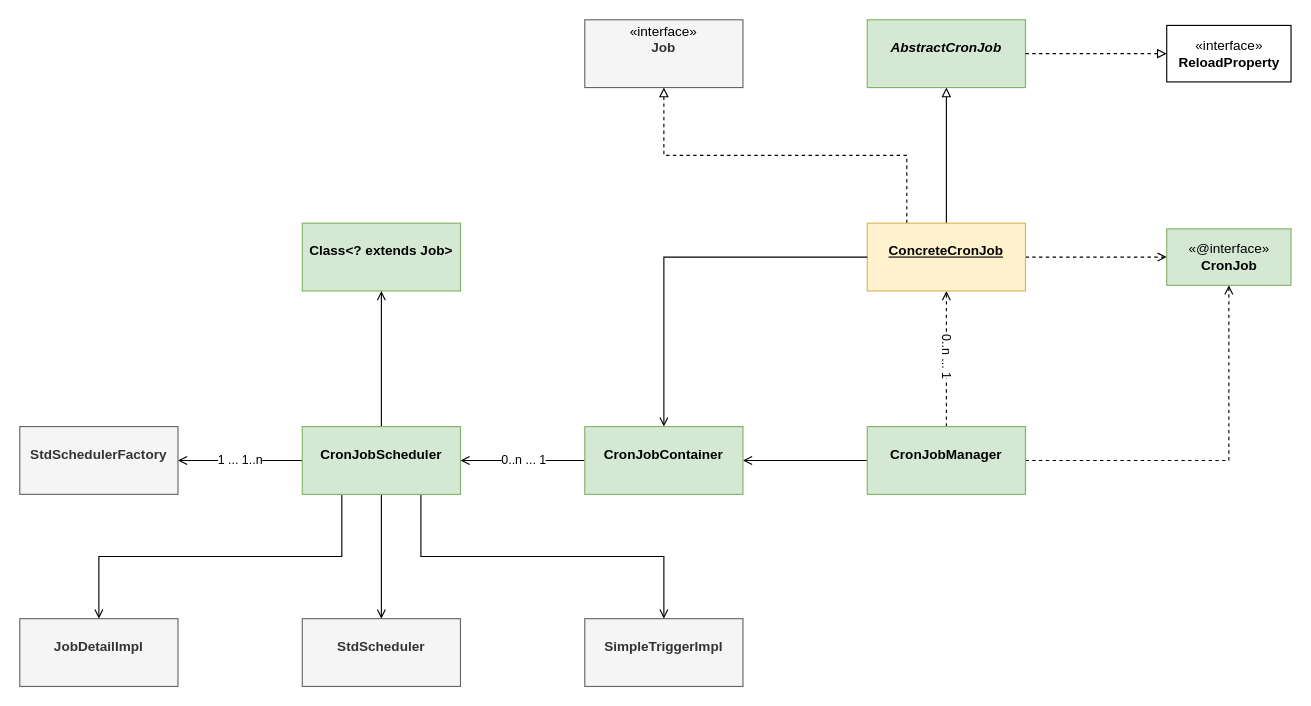
Before: leyan/policy/policy-quartz-component-class-diagram.drawio in GeekKwok/UML, a draw.io diagram. Source tidied: cells renumbered, new cells numbered last; positions are measured from the earlier drawing's top-left corner, leaving out a move shared by most shapes. Both pictures are drawn from the tidied source at 113%, with x=0, y=0 at pixel (19, 19).
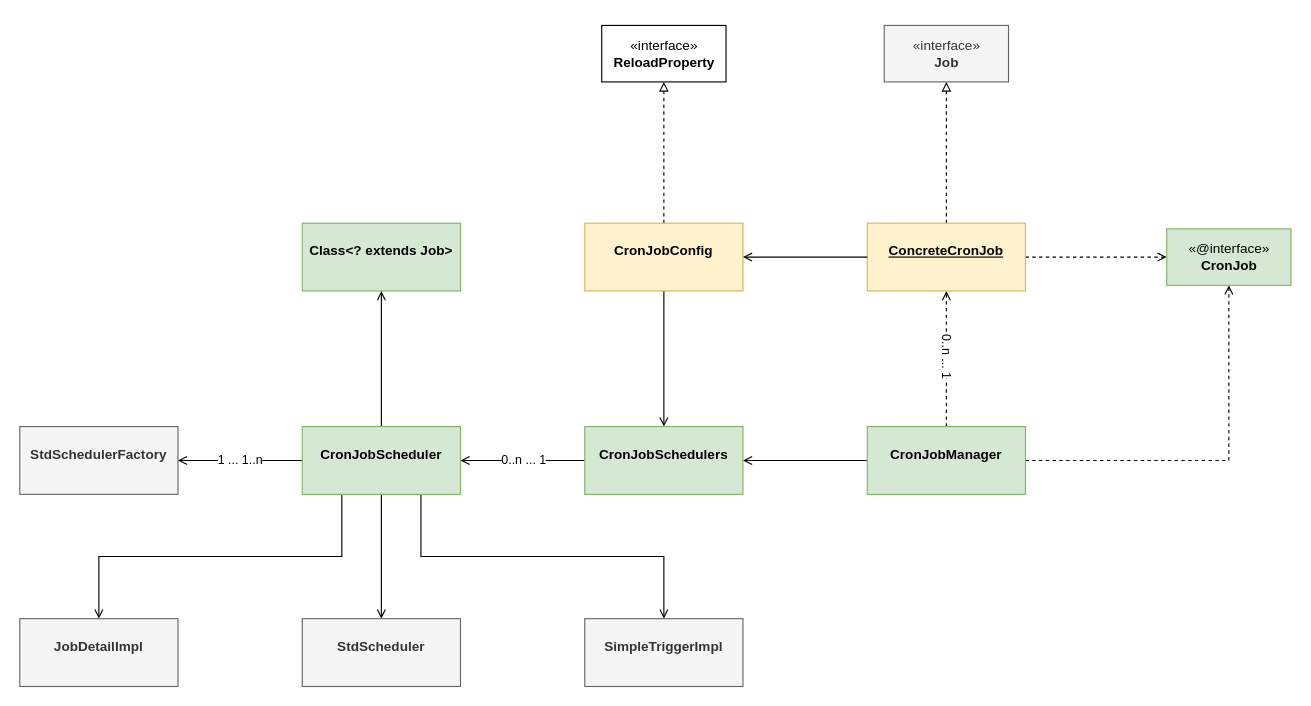
The same page after the edit.

Unchanged cells that the change refers to:
```xml
<mxCell id="20" value="&lt;p style=&quot;margin: 0px ; margin-top: 4px ; text-align: center&quot;&gt;&lt;br&gt;&lt;b&gt;&lt;u&gt;ConcreteCronJob&lt;/u&gt;&lt;/b&gt;&lt;/p&gt;" style="verticalAlign=top;align=left;overflow=fill;fontSize=12;fontFamily=Helvetica;html=1;fillColor=#fff2cc;strokeColor=#d6b656;" parent="1" vertex="1">
  <mxGeometry x="750" y="180" width="140" height="60" as="geometry" />
</mxCell>
```

What changed in the source:
```diff
@@
-    <mxCell id="18" style="edgeStyle=orthogonalEdgeStyle;rounded=0;jettySize=auto;html=1;exitX=0.25;exitY=0;exitDx=0;exitDy=0;entryX=0.5;entryY=1;entryDx=0;entryDy=0;dashed=1;endArrow=block;endFill=0;" parent="1" edge="1" source="20" target="22">
+    <mxCell id="18" style="edgeStyle=orthogonalEdgeStyle;rounded=0;jettySize=auto;html=1;exitX=0.5;exitY=0;exitDx=0;exitDy=0;entryX=0.5;entryY=1;entryDx=0;entryDy=0;dashed=1;endArrow=block;endFill=0;" parent="1" edge="1" source="20" target="22">
       <mxGeometry relative="1" as="geometry" />
     </mxCell>
-    <mxCell id="19" style="edgeStyle=orthogonalEdgeStyle;rounded=0;jettySize=auto;html=1;exitX=0.5;exitY=0;exitDx=0;exitDy=0;endArrow=block;endFill=0;" parent="1" edge="1" source="20" target="24">
-      <mxGeometry relative="1" as="geometry" />
-    </mxCell>
@@
-    <mxCell id="22" value="&lt;p style=&quot;margin: 0px ; margin-top: 4px ; text-align: center&quot;&gt;&lt;span style=&quot;color: rgb(0 , 0 , 0)&quot;&gt;«interface»&lt;/span&gt;&lt;br&gt;&lt;b&gt;Job&lt;/b&gt;&lt;/p&gt;" style="verticalAlign=top;align=left;overflow=fill;fontSize=12;fontFamily=Helvetica;html=1;fillColor=#f5f5f5;strokeColor=#666666;fontColor=#333333;" parent="1" vertex="1">
-      <mxGeometry x="500" width="140" height="60" as="geometry" />
-    </mxCell>
-    <mxCell id="23" style="edgeStyle=orthogonalEdgeStyle;rounded=0;jumpStyle=arc;jettySize=auto;html=1;exitX=0;exitY=0.5;exitDx=0;exitDy=0;entryX=0.5;entryY=0;entryDx=0;entryDy=0;endArrow=open;endFill=0;" parent="1" edge="1" source="20" target="28">
+    <mxCell id="23" style="edgeStyle=orthogonalEdgeStyle;rounded=0;jumpStyle=arc;jettySize=auto;html=1;exitX=0.5;exitY=1;exitDx=0;exitDy=0;entryX=0.5;entryY=0;entryDx=0;entryDy=0;endArrow=open;endFill=0;" parent="1" edge="1" source="33" target="28">
       <mxGeometry relative="1" as="geometry" />
     </mxCell>
-    <mxCell id="24" value="&lt;p style=&quot;margin: 0px ; margin-top: 4px ; text-align: center&quot;&gt;&lt;br&gt;&lt;b&gt;&lt;i&gt;AbstractCronJob&lt;/i&gt;&lt;/b&gt;&lt;/p&gt;" style="verticalAlign=top;align=left;overflow=fill;fontSize=12;fontFamily=Helvetica;html=1;fillColor=#d5e8d4;strokeColor=#82b366;" parent="1" vertex="1">
-      <mxGeometry x="750" width="140" height="60" as="geometry" />
-    </mxCell>
     <mxCell id="25" value="«interface»&lt;br&gt;&lt;b&gt;ReloadProperty&lt;/b&gt;" style="html=1;" parent="1" vertex="1">
-      <mxGeometry x="1015" y="5" width="110" height="50" as="geometry" />
+      <mxGeometry x="515" y="5" width="110" height="50" as="geometry" />
     </mxCell>
-    <mxCell id="26" style="edgeStyle=orthogonalEdgeStyle;rounded=0;jettySize=auto;html=1;exitX=1;exitY=0.5;exitDx=0;exitDy=0;entryX=0;entryY=0.5;entryDx=0;entryDy=0;dashed=1;endArrow=block;endFill=0;" parent="1" edge="1" source="24" target="25">
+    <mxCell id="26" style="edgeStyle=orthogonalEdgeStyle;rounded=0;jettySize=auto;html=1;entryX=0.5;entryY=1;entryDx=0;entryDy=0;dashed=1;endArrow=block;endFill=0;" parent="1" edge="1" source="33" target="25">
       <mxGeometry relative="1" as="geometry" />
     </mxCell>
@@
-    <mxCell id="28" value="&lt;p style=&quot;margin: 0px ; margin-top: 4px ; text-align: center&quot;&gt;&lt;br&gt;&lt;b&gt;CronJobContainer&lt;/b&gt;&lt;/p&gt;" style="verticalAlign=top;align=left;overflow=fill;fontSize=12;fontFamily=Helvetica;html=1;fillColor=#d5e8d4;strokeColor=#82b366;" parent="1" vertex="1">
+    <mxCell id="28" value="&lt;p style=&quot;margin: 0px ; margin-top: 4px ; text-align: center&quot;&gt;&lt;br&gt;&lt;b&gt;CronJobSchedulers&lt;/b&gt;&lt;/p&gt;" style="verticalAlign=top;align=left;overflow=fill;fontSize=12;fontFamily=Helvetica;html=1;fillColor=#d5e8d4;strokeColor=#82b366;" parent="1" vertex="1">
       <mxGeometry x="500" y="360" width="140" height="60" as="geometry" />
     </mxCell>
@@
+    <mxCell id="33" value="&lt;p style=&quot;margin: 0px ; margin-top: 4px ; text-align: center&quot;&gt;&lt;br&gt;&lt;b&gt;CronJobConfig&lt;/b&gt;&lt;/p&gt;" style="verticalAlign=top;align=left;overflow=fill;fontSize=12;fontFamily=Helvetica;html=1;fillColor=#fff2cc;strokeColor=#d6b656;" parent="1" vertex="1">
+      <mxGeometry x="500" y="180" width="140" height="60" as="geometry" />
+    </mxCell>
+    <mxCell id="34" style="edgeStyle=orthogonalEdgeStyle;rounded=0;jumpStyle=arc;jettySize=auto;html=1;exitX=0;exitY=0.5;exitDx=0;exitDy=0;entryX=1;entryY=0.5;entryDx=0;entryDy=0;endArrow=open;endFill=0;" parent="1" edge="1" source="20" target="33">
+      <mxGeometry relative="1" as="geometry" />
+    </mxCell>
+    <mxCell id="22" value="«interface»&lt;br&gt;&lt;b&gt;Job&lt;/b&gt;" style="html=1;fillColor=#f5f5f5;strokeColor=#666666;fontColor=#333333;" parent="1" vertex="1">
+      <mxGeometry x="765" y="5" width="110" height="50" as="geometry" />
+    </mxCell>
```
